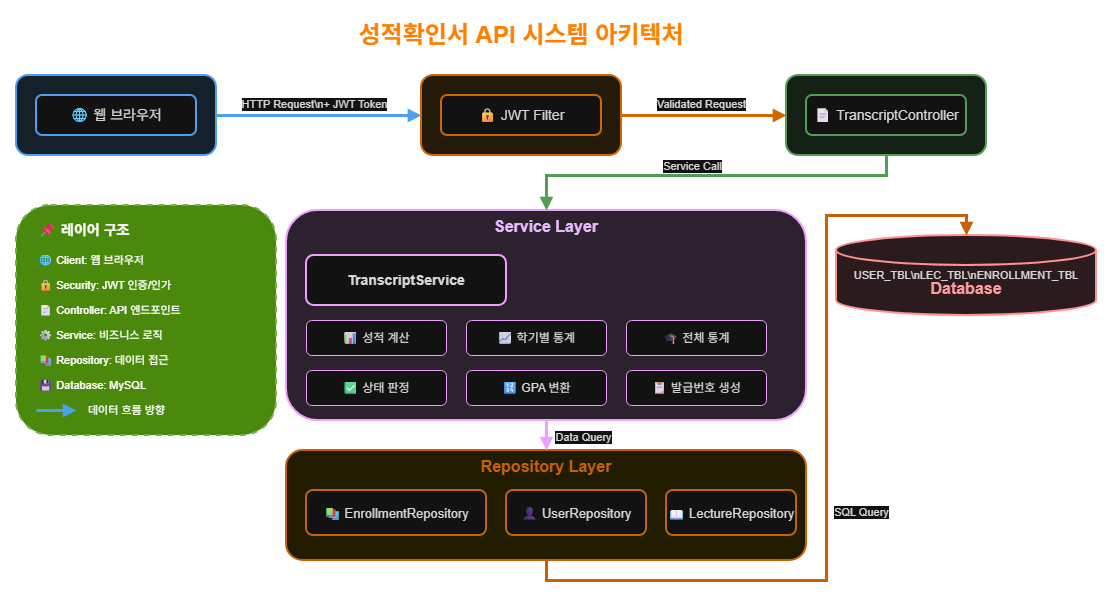
This is backend/BlueCrab/docs/강의관련문서-신판/PPT용 다이어그램/성적확인서 API/01-시스템-아키텍처.drawio.png from hooting76/blue-crab-lms, a draw.io export, as it was before one commit. Source tidied: cells renumbered, new cells last; positions are measured from the earlier drawing's top-left corner, leaving out a move shared by most shapes.
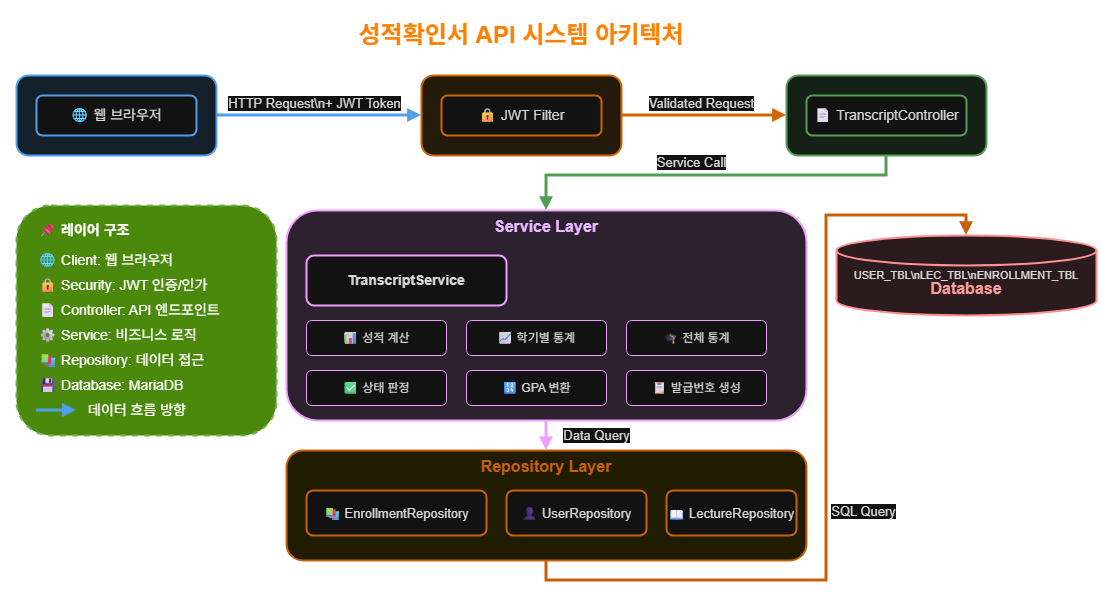
After the change.

What changed in the source:
```diff
@@ -68,7 +68,7 @@
     <mxCell id="23" style="edgeStyle=orthogonalEdgeStyle;rounded=0;jettySize=auto;html=1;strokeWidth=3;strokeColor=#1976D2;endArrow=block;endFill=1;" parent="1" edge="1" source="3" target="5">
       <mxGeometry relative="1" as="geometry" />
     </mxCell>
-    <mxCell id="24" value="HTTP Request\n+ JWT Token" style="edgeLabel;html=1;align=center;verticalAlign=middle;fontSize=11;fontColor=#1A1A1A;backgroundColor=#FFFFFF;" parent="23" vertex="1">
+    <mxCell id="24" value="HTTP Request\n+ JWT Token" style="edgeLabel;html=1;align=center;verticalAlign=middle;fontSize=13;fontColor=#1A1A1A;backgroundColor=#FFFFFF;" parent="23" vertex="1">
       <mxGeometry x="-0.1" y="1" relative="1" as="geometry">
         <mxPoint x="5" y="-11" as="offset" />
       </mxGeometry>
@@ -76,7 +76,7 @@
     <mxCell id="25" style="edgeStyle=orthogonalEdgeStyle;rounded=0;jettySize=auto;html=1;strokeWidth=3;strokeColor=#F57C00;endArrow=block;endFill=1;" parent="1" edge="1" source="5" target="7">
       <mxGeometry relative="1" as="geometry" />
     </mxCell>
-    <mxCell id="26" value="Validated Request" style="edgeLabel;html=1;align=center;verticalAlign=middle;fontSize=11;fontColor=#1A1A1A;backgroundColor=#FFFFFF;" parent="25" vertex="1">
+    <mxCell id="26" value="Validated Request" style="edgeLabel;html=1;align=center;verticalAlign=middle;fontSize=13;fontColor=#1A1A1A;backgroundColor=#FFFFFF;" parent="25" vertex="1">
       <mxGeometry x="-0.1" y="1" relative="1" as="geometry">
         <mxPoint x="5" y="-11" as="offset" />
       </mxGeometry>
@@ -89,17 +89,17 @@
         </Array>
       </mxGeometry>
     </mxCell>
-    <mxCell id="28" value="Service Call" style="edgeLabel;html=1;align=center;verticalAlign=middle;fontSize=11;fontColor=#1A1A1A;backgroundColor=#FFFFFF;" parent="27" vertex="1">
+    <mxCell id="28" value="Service Call" style="edgeLabel;html=1;align=center;verticalAlign=middle;fontSize=13;fontColor=#1A1A1A;backgroundColor=#FFFFFF;" parent="27" vertex="1">
       <mxGeometry x="-0.1" y="1" relative="1" as="geometry">
-        <mxPoint x="-37" y="-11" as="offset" />
+        <mxPoint x="-37" y="-14" as="offset" />
       </mxGeometry>
     </mxCell>
     <mxCell id="29" style="edgeStyle=orthogonalEdgeStyle;rounded=0;jettySize=auto;html=1;strokeWidth=3;strokeColor=#7B1FA2;endArrow=block;endFill=1;entryX=0.5;entryY=0;entryDx=0;entryDy=0;exitX=0.5;exitY=1;exitDx=0;exitDy=0;" parent="1" edge="1" source="9" target="17">
       <mxGeometry relative="1" as="geometry" />
     </mxCell>
-    <mxCell id="30" value="Data Query" style="edgeLabel;html=1;align=center;verticalAlign=middle;fontSize=11;fontColor=#1A1A1A;backgroundColor=#FFFFFF;" parent="29" vertex="1">
+    <mxCell id="30" value="Data Query" style="edgeLabel;html=1;align=center;verticalAlign=middle;fontSize=13;fontColor=#1A1A1A;backgroundColor=#FFFFFF;" parent="29" vertex="1">
       <mxGeometry x="-0.1" y="1" relative="1" as="geometry">
-        <mxPoint x="35" y="2" as="offset" />
+        <mxPoint x="49" y="1" as="offset" />
       </mxGeometry>
     </mxCell>
     <mxCell id="31" style="edgeStyle=orthogonalEdgeStyle;rounded=0;jettySize=auto;html=1;strokeWidth=3;strokeColor=#F57F17;endArrow=block;endFill=1;entryX=0.5;entryY=0;entryDx=0;entryDy=0;entryPerimeter=0;exitX=0.5;exitY=1;exitDx=0;exitDy=0;" parent="1" edge="1" source="17" target="21">
@@ -112,42 +112,42 @@
         </Array>
       </mxGeometry>
     </mxCell>
-    <mxCell id="32" value="SQL Query" style="edgeLabel;html=1;align=center;verticalAlign=middle;fontSize=11;fontColor=#1A1A1A;backgroundColor=#FFFFFF;" parent="31" vertex="1">
+    <mxCell id="32" value="SQL Query" style="edgeLabel;html=1;align=center;verticalAlign=middle;fontSize=13;fontColor=#1A1A1A;backgroundColor=#FFFFFF;" parent="31" vertex="1">
       <mxGeometry x="-0.1" y="1" relative="1" as="geometry">
-        <mxPoint x="35" y="2" as="offset" />
+        <mxPoint x="38" y="2" as="offset" />
       </mxGeometry>
     </mxCell>
-    <mxCell id="33" style="rounded=1;whiteSpace=wrap;html=1;fillColor=#60a917;strokeColor=#2D7600;strokeWidth=2;dashed=1;fontColor=#ffffff;" parent="1" vertex="1">
+    <mxCell id="33" style="rounded=1;whiteSpace=wrap;html=1;fillColor=#60a917;strokeColor=#2D7600;strokeWidth=2;dashed=1;fontColor=#ffffff;fontSize=14;" parent="1" vertex="1">
       <mxGeometry y="190" width="260" height="230" as="geometry" />
     </mxCell>
     <mxCell id="34" value="📌 레이어 구조" style="text;html=1;strokeColor=none;fillColor=none;align=left;verticalAlign=middle;whiteSpace=wrap;rounded=0;fontSize=14;fontStyle=1;fontColor=light-dark(#FFFFFF,#FFFFFF);" parent="1" vertex="1">
       <mxGeometry x="20" y="200" width="220" height="30" as="geometry" />
     </mxCell>
-    <mxCell id="35" value="🌐 Client: 웹 브라우저" style="text;html=1;strokeColor=none;fillColor=none;align=left;verticalAlign=middle;whiteSpace=wrap;rounded=0;fontSize=11;fontColor=light-dark(#FFFFFF,#FFFFFF);" parent="1" vertex="1">
+    <mxCell id="35" value="🌐 Client: 웹 브라우저" style="text;html=1;strokeColor=none;fillColor=none;align=left;verticalAlign=middle;whiteSpace=wrap;rounded=0;fontSize=14;fontColor=light-dark(#FFFFFF,#FFFFFF);" parent="1" vertex="1">
       <mxGeometry x="20" y="235" width="220" height="20" as="geometry" />
     </mxCell>
-    <mxCell id="36" value="🔒 Security: JWT 인증/인가" style="text;html=1;strokeColor=none;fillColor=none;align=left;verticalAlign=middle;whiteSpace=wrap;rounded=0;fontSize=11;fontColor=light-dark(#FFFFFF,#FFFFFF);" parent="1" vertex="1">
+    <mxCell id="36" value="🔒 Security: JWT 인증/인가" style="text;html=1;strokeColor=none;fillColor=none;align=left;verticalAlign=middle;whiteSpace=wrap;rounded=0;fontSize=14;fontColor=light-dark(#FFFFFF,#FFFFFF);" parent="1" vertex="1">
       <mxGeometry x="20" y="260" width="220" height="20" as="geometry" />
     </mxCell>
-    <mxCell id="37" value="📄 Controller: API 엔드포인트" style="text;html=1;strokeColor=none;fillColor=none;align=left;verticalAlign=middle;whiteSpace=wrap;rounded=0;fontSize=11;fontColor=light-dark(#FFFFFF,#FFFFFF);" parent="1" vertex="1">
+    <mxCell id="37" value="📄 Controller: API 엔드포인트" style="text;html=1;strokeColor=none;fillColor=none;align=left;verticalAlign=middle;whiteSpace=wrap;rounded=0;fontSize=14;fontColor=light-dark(#FFFFFF,#FFFFFF);" parent="1" vertex="1">
       <mxGeometry x="20" y="285" width="220" height="20" as="geometry" />
     </mxCell>
-    <mxCell id="38" value="⚙️ Service: 비즈니스 로직" style="text;html=1;strokeColor=none;fillColor=none;align=left;verticalAlign=middle;whiteSpace=wrap;rounded=0;fontSize=11;fontColor=light-dark(#FFFFFF,#FFFFFF);" parent="1" vertex="1">
+    <mxCell id="38" value="⚙️ Service: 비즈니스 로직" style="text;html=1;strokeColor=none;fillColor=none;align=left;verticalAlign=middle;whiteSpace=wrap;rounded=0;fontSize=14;fontColor=light-dark(#FFFFFF,#FFFFFF);" parent="1" vertex="1">
       <mxGeometry x="20" y="310" width="220" height="20" as="geometry" />
     </mxCell>
-    <mxCell id="39" value="📚 Repository: 데이터 접근" style="text;html=1;strokeColor=none;fillColor=none;align=left;verticalAlign=middle;whiteSpace=wrap;rounded=0;fontSize=11;fontColor=light-dark(#FFFFFF,#FFFFFF);" parent="1" vertex="1">
+    <mxCell id="39" value="📚 Repository: 데이터 접근" style="text;html=1;strokeColor=none;fillColor=none;align=left;verticalAlign=middle;whiteSpace=wrap;rounded=0;fontSize=14;fontColor=light-dark(#FFFFFF,#FFFFFF);" parent="1" vertex="1">
       <mxGeometry x="20" y="335" width="220" height="20" as="geometry" />
     </mxCell>
-    <mxCell id="40" value="💾 Database: MySQL" style="text;html=1;strokeColor=none;fillColor=none;align=left;verticalAlign=middle;whiteSpace=wrap;rounded=0;fontSize=11;fontColor=light-dark(#FFFFFF,#FFFFFF);" parent="1" vertex="1">
+    <mxCell id="40" value="💾 Database: MariaDB" style="text;html=1;strokeColor=none;fillColor=none;align=left;verticalAlign=middle;whiteSpace=wrap;rounded=0;fontSize=14;fontColor=light-dark(#FFFFFF,#FFFFFF);" parent="1" vertex="1">
       <mxGeometry x="20" y="360" width="220" height="20" as="geometry" />
     </mxCell>
-    <mxCell id="41" style="endArrow=block;html=1;strokeWidth=3;strokeColor=#1976D2;endFill=1;fontColor=light-dark(#FFFFFF,#FFFFFF);" parent="1" edge="1">
+    <mxCell id="41" style="endArrow=block;html=1;strokeWidth=3;strokeColor=#1976D2;endFill=1;fontColor=light-dark(#FFFFFF,#FFFFFF);fontSize=14;" parent="1" edge="1">
       <mxGeometry relative="1" as="geometry">
         <mxPoint x="20" y="395" as="sourcePoint" />
         <mxPoint x="60" y="395" as="targetPoint" />
       </mxGeometry>
     </mxCell>
-    <mxCell id="42" value="데이터 흐름 방향" style="text;html=1;strokeColor=none;fillColor=none;align=left;verticalAlign=middle;whiteSpace=wrap;rounded=0;fontSize=11;fontColor=light-dark(#FFFFFF,#FFFFFF);" parent="1" vertex="1">
+    <mxCell id="42" value="데이터 흐름 방향" style="text;html=1;strokeColor=none;fillColor=none;align=left;verticalAlign=middle;whiteSpace=wrap;rounded=0;fontSize=14;fontColor=light-dark(#FFFFFF,#FFFFFF);" parent="1" vertex="1">
       <mxGeometry x="70" y="385" width="170" height="20" as="geometry" />
     </mxCell>
   </root>
```
